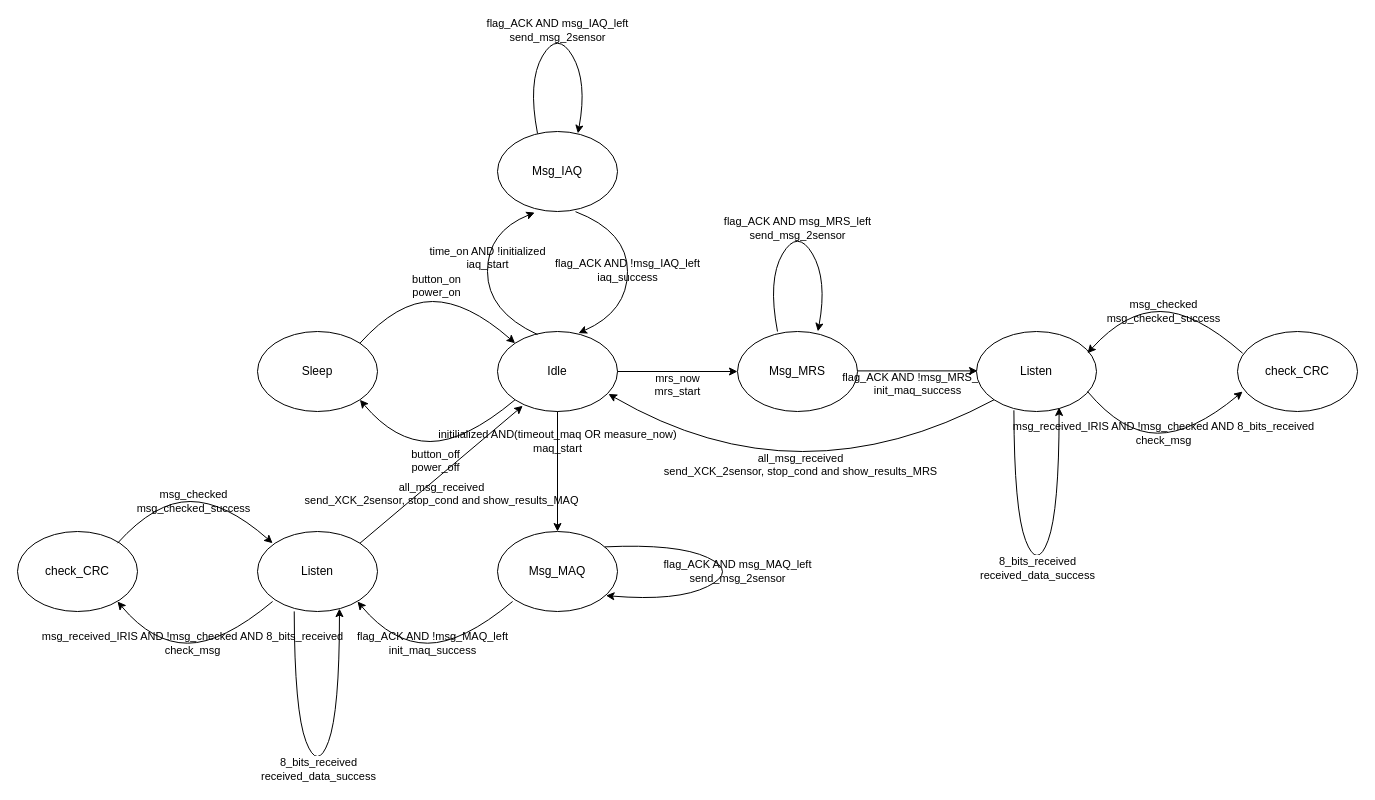
Before: visuals/IRIS.drawio in oscarlpujol/ProyectoFinal, a draw.io diagram. Source tidied: cells renumbered, new cells numbered last; positions are measured from the earlier drawing's top-left corner, leaving out a move shared by most shapes. Both pictures are drawn from the tidied source at 100%, with x=0, y=0 at pixel (17, 30).
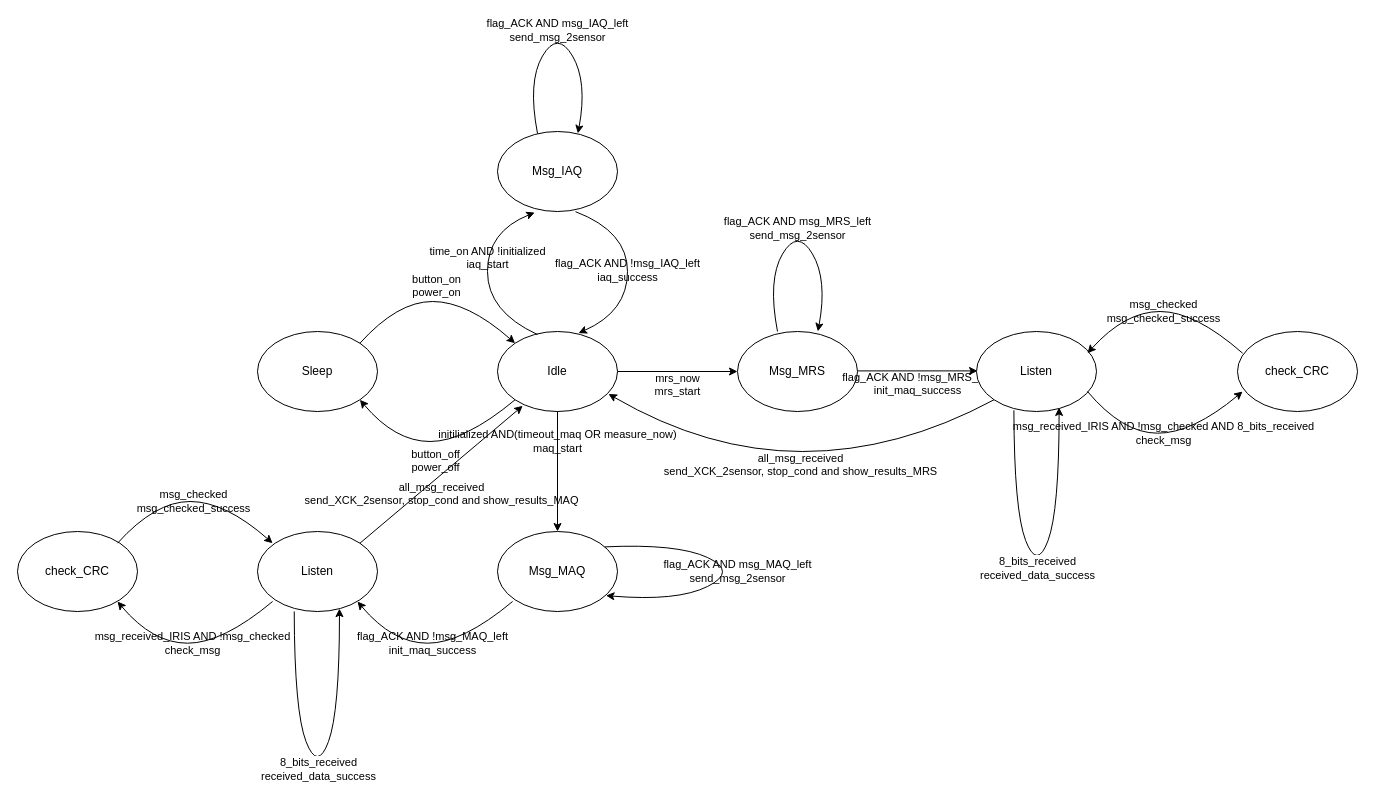
Above is the later version.

Diff of the diagram source:
```diff
@@
-    <mxCell id="14" value="msg_received_IRIS AND !msg_checked AND 8_bits_received&lt;br&gt;check_msg" style="curved=1;endArrow=classic;html=1;exitX=0;exitY=1;exitDx=0;exitDy=0;entryX=1;entryY=1;entryDx=0;entryDy=0;labelBackgroundColor=none;" parent="1" edge="1">
+    <mxCell id="14" value="msg_received_IRIS AND !msg_checked&lt;br&gt;check_msg" style="curved=1;endArrow=classic;html=1;exitX=0;exitY=1;exitDx=0;exitDy=0;entryX=1;entryY=1;entryDx=0;entryDy=0;labelBackgroundColor=none;" parent="1" edge="1">
       <mxGeometry relative="1" as="geometry">
         <mxPoint x="255.1" y="571" as="sourcePoint" />
         <mxPoint x="100" y="571" as="targetPoint" />
         <Array as="points">
           <mxPoint x="205.1" y="612.7" />
           <mxPoint x="135.1" y="612.7" />
         </Array>
       </mxGeometry>
     </mxCell>
```
